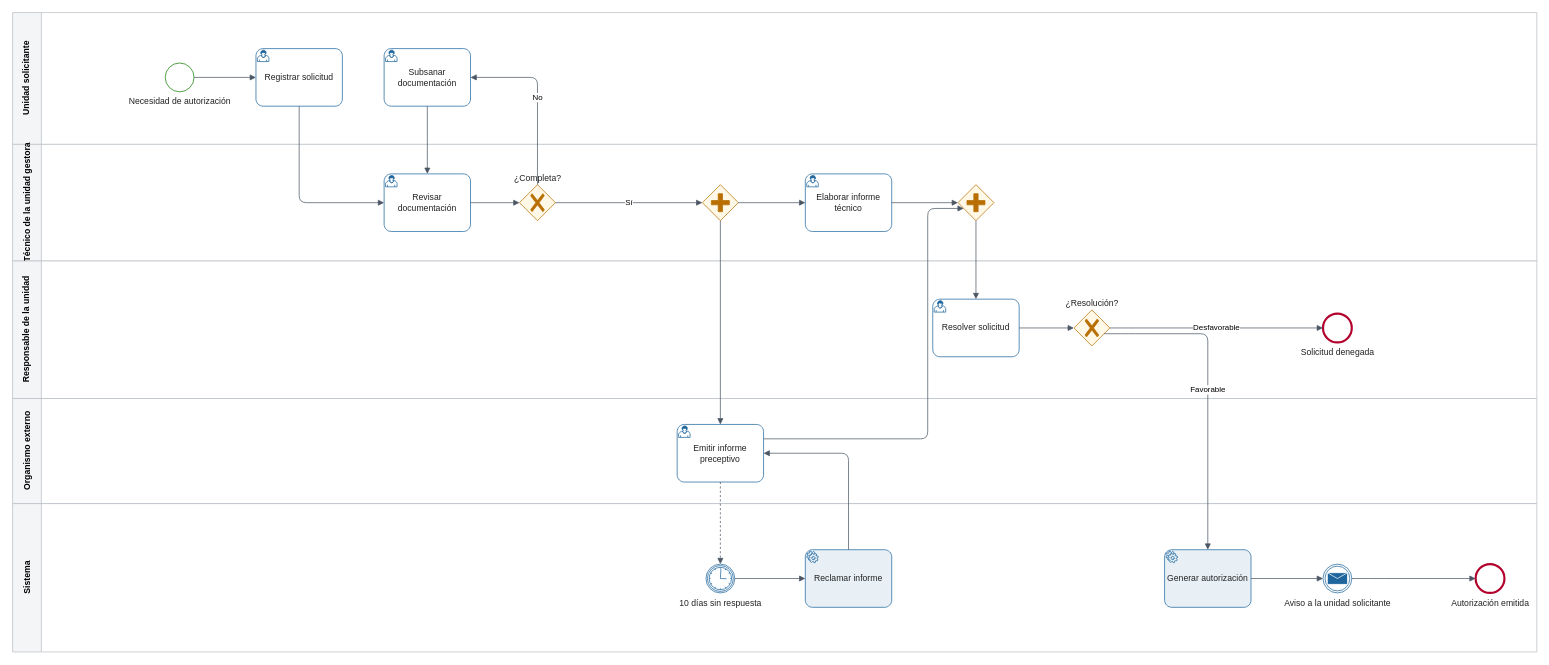
This is skills/appian-functional-analyst/ejemplos/autorizaciones/analisis/diagramas/solicitud.drawio from raulogm077/Analista-Funcional-Appian, a draw.io file, before an edit. Source tidied: cells renumbered, new cells numbered last; positions are measured from the earlier drawing's top-left corner, leaving out a move shared by most shapes. Both pictures are drawn from the tidied source at 72%, with x=0, y=0 at pixel (12, 12).
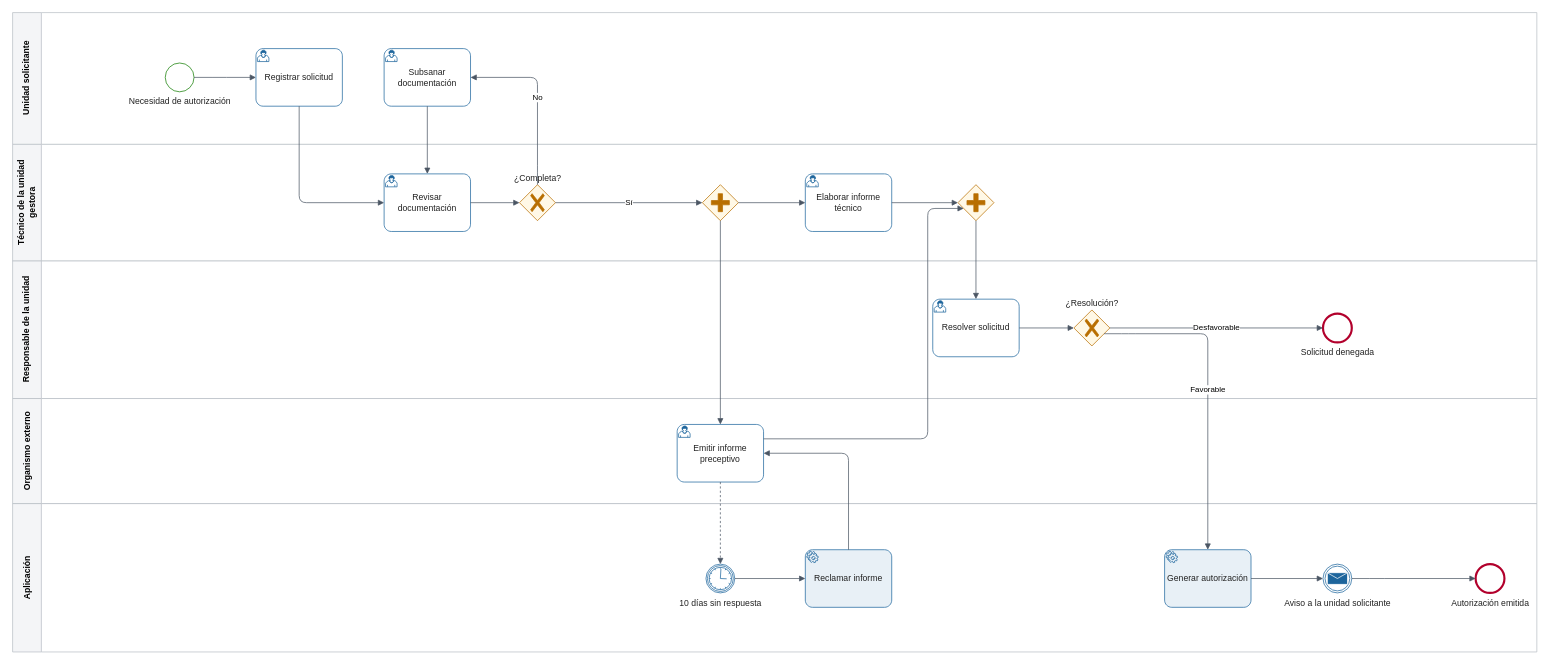
The same diagram, later.

What changed in the source:
```diff
@@
-    <mxCell id="2" value="Unidad solicitante" style="swimlane;horizontal=0;startSize=40;html=1;fontSize=12;fontStyle=1;fillColor=#f4f5f7;swimlaneFillColor=#ffffff;strokeColor=#b8bec5;" parent="1" vertex="1">
+    <mxCell id="2" value="Unidad solicitante" style="swimlane;horizontal=0;startSize=40;html=1;whiteSpace=wrap;fontSize=12;fontStyle=1;fillColor=#f4f5f7;swimlaneFillColor=#ffffff;strokeColor=#b8bec5;" parent="1" vertex="1">
       <mxGeometry width="2117" height="183" as="geometry" />
     </mxCell>
-    <mxCell id="3" value="Técnico de la unidad gestora" style="swimlane;horizontal=0;startSize=40;html=1;fontSize=12;fontStyle=1;fillColor=#f4f5f7;swimlaneFillColor=#ffffff;strokeColor=#b8bec5;" parent="1" vertex="1">
+    <mxCell id="3" value="Técnico de la unidad gestora" style="swimlane;horizontal=0;startSize=40;html=1;whiteSpace=wrap;fontSize=12;fontStyle=1;fillColor=#f4f5f7;swimlaneFillColor=#ffffff;strokeColor=#b8bec5;" parent="1" vertex="1">
       <mxGeometry y="183" width="2117" height="162" as="geometry" />
     </mxCell>
-    <mxCell id="4" value="Responsable de la unidad" style="swimlane;horizontal=0;startSize=40;html=1;fontSize=12;fontStyle=1;fillColor=#f4f5f7;swimlaneFillColor=#ffffff;strokeColor=#b8bec5;" parent="1" vertex="1">
+    <mxCell id="4" value="Responsable de la unidad" style="swimlane;horizontal=0;startSize=40;html=1;whiteSpace=wrap;fontSize=12;fontStyle=1;fillColor=#f4f5f7;swimlaneFillColor=#ffffff;strokeColor=#b8bec5;" parent="1" vertex="1">
       <mxGeometry y="345" width="2117" height="191" as="geometry" />
     </mxCell>
-    <mxCell id="5" value="Organismo externo" style="swimlane;horizontal=0;startSize=40;html=1;fontSize=12;fontStyle=1;fillColor=#f4f5f7;swimlaneFillColor=#ffffff;strokeColor=#b8bec5;" parent="1" vertex="1">
+    <mxCell id="5" value="Organismo externo" style="swimlane;horizontal=0;startSize=40;html=1;whiteSpace=wrap;fontSize=12;fontStyle=1;fillColor=#f4f5f7;swimlaneFillColor=#ffffff;strokeColor=#b8bec5;" parent="1" vertex="1">
       <mxGeometry y="536" width="2117" height="146" as="geometry" />
     </mxCell>
-    <mxCell id="6" value="Sistema" style="swimlane;horizontal=0;startSize=40;html=1;fontSize=12;fontStyle=1;fillColor=#f4f5f7;swimlaneFillColor=#ffffff;strokeColor=#b8bec5;" parent="1" vertex="1">
+    <mxCell id="6" value="Aplicación" style="swimlane;horizontal=0;startSize=40;html=1;whiteSpace=wrap;fontSize=12;fontStyle=1;fillColor=#f4f5f7;swimlaneFillColor=#ffffff;strokeColor=#b8bec5;" parent="1" vertex="1">
       <mxGeometry y="682" width="2117" height="206" as="geometry" />
     </mxCell>
```
